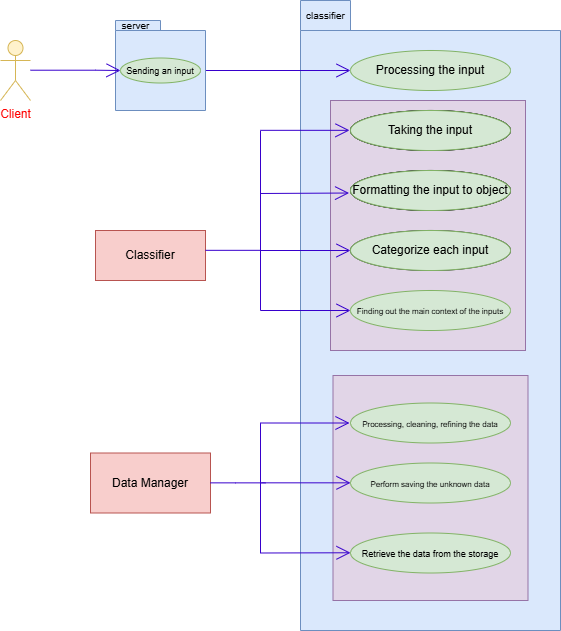
This is plan/context_view.png from John321Blacksmith/tesla, a draw.io export, as it was before one commit. Source tidied: cells renumbered, new cells last; positions are measured from the earlier drawing's top-left corner, leaving out a move shared by most shapes.
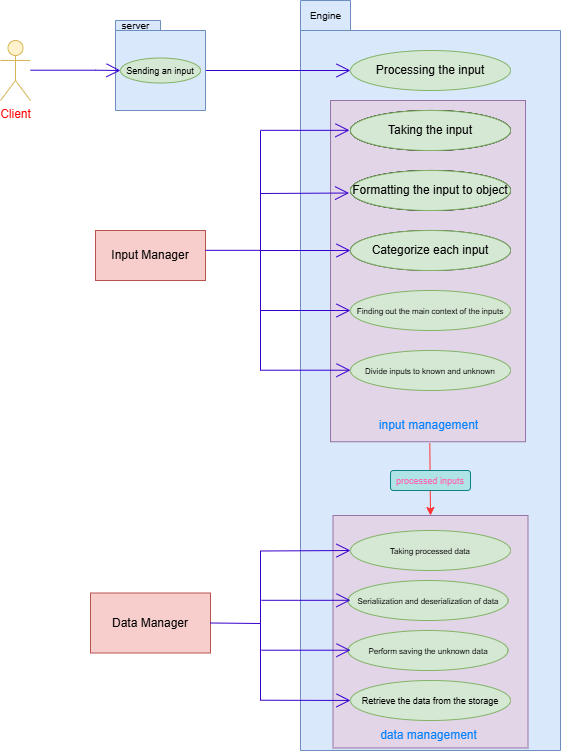
The same diagram one commit later.

Change to the diagram source:
```diff
@@ -3,16 +3,16 @@
     <mxCell id="0" />
     <mxCell id="1" parent="0" />
     <mxCell id="2" style="shape=folder;fontStyle=1;spacingTop=10;tabWidth=50;tabHeight=30;tabPosition=left;html=1;whiteSpace=wrap;fillColor=#dae8fc;strokeColor=#6c8ebf;" parent="1" vertex="1">
-      <mxGeometry x="300" width="260" height="630" as="geometry" />
+      <mxGeometry x="300" width="260" height="750" as="geometry" />
     </mxCell>
     <mxCell id="3" style="rounded=0;whiteSpace=wrap;html=1;rotation=90;fillColor=#e1d5e7;strokeColor=#9673a6;" parent="1" vertex="1">
-      <mxGeometry x="317.5" y="390" width="225" height="195" as="geometry" />
+      <mxGeometry x="313.8" y="533.8" width="232.5" height="195" as="geometry" />
     </mxCell>
     <mxCell id="4" style="rounded=0;whiteSpace=wrap;html=1;rotation=90;fillColor=#e1d5e7;strokeColor=#9673a6;" parent="1" vertex="1">
-      <mxGeometry x="302.5" y="127.5" width="250" height="195" as="geometry" />
+      <mxGeometry x="256.9" y="173.1" width="341.2" height="195" as="geometry" />
     </mxCell>
-    <mxCell id="5" value="&lt;font style=&quot;font-size: 10px;&quot;&gt;classifier&lt;/font&gt;" style="text;html=1;align=center;verticalAlign=middle;strokeColor=none;fillColor=none;" parent="1" vertex="1">
-      <mxGeometry x="295" width="60" height="30" as="geometry" />
+    <mxCell id="5" value="&lt;span style=&quot;font-size: 10px;&quot;&gt;Engine&lt;/span&gt;" style="text;html=1;align=center;verticalAlign=middle;strokeColor=none;fillColor=none;" parent="1" vertex="1">
+      <mxGeometry x="300" width="50" height="30" as="geometry" />
     </mxCell>
     <mxCell id="6" value="Processing the input" style="ellipse;whiteSpace=wrap;html=1;fillColor=#d5e8d4;strokeColor=#82b366;" parent="1" vertex="1">
       <mxGeometry x="350" y="50" width="160" height="40" as="geometry" />
@@ -26,7 +26,7 @@
     <mxCell id="9" value="&lt;font style=&quot;font-size: 8px;&quot;&gt;Finding out the main context of the inputs&lt;/font&gt;" style="ellipse;whiteSpace=wrap;html=1;fillColor=#d5e8d4;strokeColor=#82b366;" parent="1" vertex="1">
       <mxGeometry x="350" y="290" width="160" height="40" as="geometry" />
     </mxCell>
-    <mxCell id="10" value="Classifier" style="html=1;whiteSpace=wrap;fillColor=#f8cecc;strokeColor=#b85450;" parent="1" vertex="1">
+    <mxCell id="10" value="Input Manager" style="html=1;whiteSpace=wrap;fillColor=#f8cecc;strokeColor=#b85450;" parent="1" vertex="1">
       <mxGeometry x="95" y="230" width="110" height="50" as="geometry" />
     </mxCell>
     <mxCell id="11" style="endArrow=open;endFill=1;endSize=12;html=1;rounded=0;entryX=0;entryY=0.5;entryDx=0;entryDy=0;fillColor=#6a00ff;strokeColor=#3700CC;" parent="1" edge="1" target="6">
@@ -51,7 +51,7 @@
     </mxCell>
     <mxCell id="15" style="endArrow=none;html=1;rounded=0;fillColor=#6a00ff;strokeColor=#3700CC;" parent="1" edge="1">
       <mxGeometry relative="1" as="geometry">
-        <mxPoint x="260" y="310" as="sourcePoint" />
+        <mxPoint x="260" y="370" as="sourcePoint" />
         <mxPoint x="260" y="130" as="targetPoint" />
       </mxGeometry>
     </mxCell>
@@ -86,48 +86,39 @@
       <mxGeometry x="350" y="230" width="160" height="40" as="geometry" />
     </mxCell>
     <mxCell id="24" value="Data Manager" style="whiteSpace=wrap;html=1;fillColor=#f8cecc;strokeColor=#b85450;" parent="1" vertex="1">
-      <mxGeometry x="90" y="452.5" width="120" height="60" as="geometry" />
+      <mxGeometry x="90" y="592.5" width="120" height="60" as="geometry" />
     </mxCell>
     <mxCell id="25" value="&lt;span style=&quot;font-size: 8px;&quot;&gt;Perform saving the unknown data&lt;/span&gt;" style="ellipse;whiteSpace=wrap;html=1;fillColor=#d5e8d4;strokeColor=#82b366;" parent="1" vertex="1">
-      <mxGeometry x="350" y="462.5" width="160" height="40" as="geometry" />
+      <mxGeometry x="347.5" y="630" width="160" height="40" as="geometry" />
     </mxCell>
     <mxCell id="26" value="&lt;font style=&quot;font-size: 9px;&quot;&gt;Retrieve the data from the storage&lt;/font&gt;" style="ellipse;whiteSpace=wrap;html=1;fillColor=#d5e8d4;strokeColor=#82b366;" parent="1" vertex="1">
-      <mxGeometry x="350" y="532.5" width="160" height="40" as="geometry" />
+      <mxGeometry x="350" y="680" width="160" height="40" as="geometry" />
     </mxCell>
-    <mxCell id="27" value="&lt;span style=&quot;font-size: 8px;&quot;&gt;Processing, cleaning, refining the data&lt;/span&gt;" style="ellipse;whiteSpace=wrap;html=1;fillColor=#d5e8d4;strokeColor=#82b366;" parent="1" vertex="1">
-      <mxGeometry x="350" y="402.5" width="160" height="40" as="geometry" />
+    <mxCell id="27" value="&lt;span style=&quot;font-size: 8px;&quot;&gt;Serialiization and deserialization of data&lt;/span&gt;" style="ellipse;whiteSpace=wrap;html=1;fillColor=#d5e8d4;strokeColor=#82b366;" parent="1" vertex="1">
+      <mxGeometry x="347.5" y="580" width="160" height="40" as="geometry" />
     </mxCell>
     <mxCell id="28" style="endArrow=open;endFill=1;endSize=12;html=1;rounded=0;entryX=0;entryY=0.5;entryDx=0;entryDy=0;fillColor=#6a00ff;strokeColor=#3700CC;" parent="1" edge="1">
       <mxGeometry relative="1" as="geometry">
-        <mxPoint x="260" y="552.5" as="sourcePoint" />
-        <mxPoint x="350" y="552.3" as="targetPoint" />
+        <mxPoint x="260" y="699.7" as="sourcePoint" />
+        <mxPoint x="350" y="700" as="targetPoint" />
       </mxGeometry>
     </mxCell>
     <mxCell id="29" style="endArrow=open;endFill=1;endSize=12;html=1;rounded=0;entryX=-0.009;entryY=0.563;entryDx=0;entryDy=0;entryPerimeter=0;fillColor=#6a00ff;strokeColor=#3700CC;" parent="1" edge="1">
       <mxGeometry relative="1" as="geometry">
-        <mxPoint x="261" y="482.3" as="sourcePoint" />
-        <mxPoint x="350" y="482.3" as="targetPoint" />
+        <mxPoint x="261" y="649.7" as="sourcePoint" />
+        <mxPoint x="350" y="649.7" as="targetPoint" />
       </mxGeometry>
     </mxCell>
     <mxCell id="30" style="endArrow=none;html=1;rounded=0;fillColor=#6a00ff;strokeColor=#3700CC;" parent="1" edge="1">
       <mxGeometry relative="1" as="geometry">
-        <mxPoint x="260" y="552.5" as="sourcePoint" />
-        <mxPoint x="260" y="422.7" as="targetPoint" />
+        <mxPoint x="260" y="700" as="sourcePoint" />
+        <mxPoint x="260" y="550" as="targetPoint" />
       </mxGeometry>
     </mxCell>
-    <mxCell id="31" style="endArrow=none;html=1;rounded=0;exitX=1;exitY=0.5;exitDx=0;exitDy=0;fillColor=#6a00ff;strokeColor=#3700CC;" parent="1" edge="1">
-      <mxGeometry relative="1" as="geometry">
-        <mxPoint x="210" y="482.4" as="sourcePoint" />
-        <mxPoint x="265" y="482.4" as="targetPoint" />
-        <Array as="points">
-          <mxPoint x="235" y="482.4" />
-        </Array>
-      </mxGeometry>
-    </mxCell>
     <mxCell id="32" style="endArrow=open;endFill=1;endSize=12;html=1;rounded=0;entryX=-0.009;entryY=0.563;entryDx=0;entryDy=0;entryPerimeter=0;fillColor=#6a00ff;strokeColor=#3700CC;" parent="1" edge="1">
       <mxGeometry relative="1" as="geometry">
-        <mxPoint x="260" y="422.5" as="sourcePoint" />
-        <mxPoint x="349" y="422.5" as="targetPoint" />
+        <mxPoint x="261" y="550.5" as="sourcePoint" />
+        <mxPoint x="350" y="550" as="targetPoint" />
       </mxGeometry>
     </mxCell>
     <mxCell id="33" value="&lt;font color=&quot;#ff0000&quot;&gt;Client&lt;/font&gt;" style="shape=umlActor;verticalLabelPosition=bottom;verticalAlign=top;html=1;fillColor=#fff2cc;strokeColor=#d6b656;" parent="1" vertex="1">
@@ -151,5 +142,40 @@
         </Array>
       </mxGeometry>
     </mxCell>
+    <mxCell id="38" value="&lt;font color=&quot;#007fff&quot;&gt;input management&lt;/font&gt;" style="text;html=1;align=center;verticalAlign=middle;points=[];strokeColor=none;fillColor=none;" parent="1" vertex="1">
+      <mxGeometry x="367.5" y="410" width="120" height="30" as="geometry" />
+    </mxCell>
+    <mxCell id="39" value="&lt;font color=&quot;#007fff&quot;&gt;data management&lt;/font&gt;" style="text;html=1;align=center;verticalAlign=middle;strokeColor=none;fillColor=none;" parent="1" vertex="1">
+      <mxGeometry x="367.5" y="720" width="120" height="30" as="geometry" />
+    </mxCell>
+    <mxCell id="40" value="&lt;span style=&quot;font-size: 8px;&quot;&gt;Divide inputs to known and unknown&lt;/span&gt;" style="ellipse;whiteSpace=wrap;html=1;fillColor=#d5e8d4;strokeColor=#82b366;" parent="1" vertex="1">
+      <mxGeometry x="350" y="350" width="160" height="40" as="geometry" />
+    </mxCell>
+    <mxCell id="41" style="endArrow=open;endFill=1;endSize=12;html=1;rounded=0;entryX=0;entryY=0.5;entryDx=0;entryDy=0;fillColor=#6a00ff;strokeColor=#3700CC;" parent="1" edge="1">
+      <mxGeometry relative="1" as="geometry">
+        <mxPoint x="260" y="369.7" as="sourcePoint" />
+        <mxPoint x="350" y="369.7" as="targetPoint" />
+      </mxGeometry>
+    </mxCell>
+    <mxCell id="42" style="endArrow=classic;html=1;rounded=0;entryX=0;entryY=0.5;entryDx=0;entryDy=0;exitX=0.515;exitY=1.083;exitDx=0;exitDy=0;exitPerimeter=0;fillColor=#fad7ac;strokeColor=#FF3333;" parent="1" edge="1" source="38" target="3">
+      <mxGeometry relative="1" as="geometry" />
+    </mxCell>
+    <mxCell id="43" value="&lt;font color=&quot;#ff66b3&quot; style=&quot;font-size: 9px;&quot;&gt;processed inputs&lt;/font&gt;" style="rounded=1;whiteSpace=wrap;html=1;fillColor=#b0e3e6;strokeColor=#0e8088;" parent="1" vertex="1">
+      <mxGeometry x="390" y="470" width="80" height="20" as="geometry" />
+    </mxCell>
+    <mxCell id="44" style="endArrow=none;html=1;rounded=0;fillColor=#6a00ff;strokeColor=#3700CC;exitX=1;exitY=0.5;exitDx=0;exitDy=0;" parent="1" edge="1" source="24">
+      <mxGeometry relative="1" as="geometry">
+        <mxPoint x="260" y="623" as="targetPoint" />
+      </mxGeometry>
+    </mxCell>
+    <mxCell id="45" style="endArrow=open;endFill=1;endSize=12;html=1;rounded=0;entryX=-0.009;entryY=0.563;entryDx=0;entryDy=0;entryPerimeter=0;fillColor=#6a00ff;strokeColor=#3700CC;" parent="1" edge="1">
+      <mxGeometry relative="1" as="geometry">
+        <mxPoint x="261" y="599.8" as="sourcePoint" />
+        <mxPoint x="350" y="599.8" as="targetPoint" />
+      </mxGeometry>
+    </mxCell>
+    <mxCell id="46" value="&lt;span style=&quot;font-size: 8px;&quot;&gt;Taking processed data&lt;/span&gt;" style="ellipse;whiteSpace=wrap;html=1;fillColor=#d5e8d4;strokeColor=#82b366;" parent="1" vertex="1">
+      <mxGeometry x="350" y="530" width="160" height="40" as="geometry" />
+    </mxCell>
   </root>
 </mxGraphModel>
```
